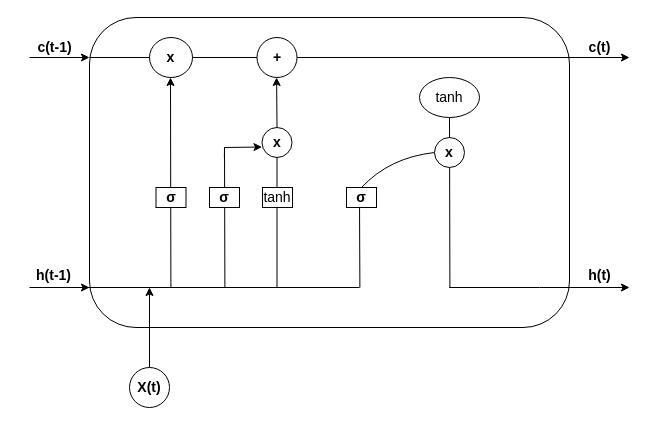
Above: LSTM.drawio in wangrui99/algs4 (draw.io), before the change. Source tidied: cells renumbered, new cells numbered last; positions are measured from the earlier drawing's top-left corner, leaving out a move shared by most shapes. Both pictures are drawn from the tidied source at 100%, with x=0, y=0 at pixel (23, 17).
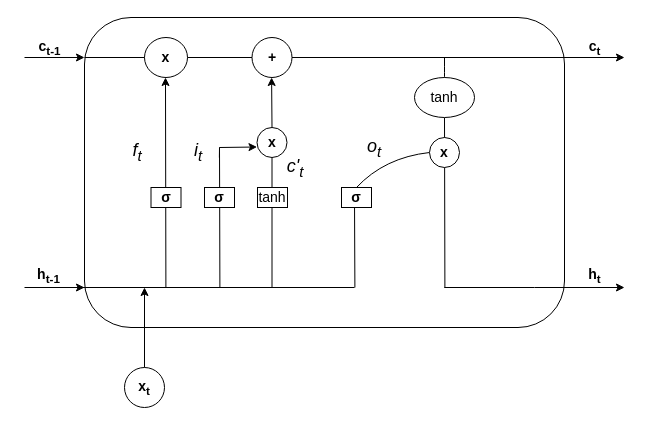
The same diagram, later.

Unchanged cells that the change refers to:
```xml
<mxCell id="11" value="&lt;font style=&quot;font-size: 14px;&quot;&gt;tanh&lt;/font&gt;" style="ellipse;whiteSpace=wrap;html=1;" parent="2" vertex="1">
  <mxGeometry x="330" y="60" width="60" height="40" as="geometry" />
</mxCell>
<mxCell id="14" value="&lt;font style=&quot;font-size: 14px;&quot;&gt;&lt;b&gt;x&lt;/b&gt;&lt;/font&gt;" style="ellipse;whiteSpace=wrap;html=1;" parent="2" vertex="1">
  <mxGeometry x="60" y="20" width="43" height="40" as="geometry" />
</mxCell>
<mxCell id="15" value="&lt;font style=&quot;font-size: 14px;&quot;&gt;&lt;b&gt;+&lt;/b&gt;&lt;/font&gt;" style="ellipse;whiteSpace=wrap;html=1;" parent="2" vertex="1">
  <mxGeometry x="167.5" y="20" width="40" height="40" as="geometry" />
</mxCell>
```

The edit, as a diff of the source:
```diff
@@
     <mxCell id="2" style="rounded=1;whiteSpace=wrap;html=1;" parent="1" vertex="1">
-      <mxGeometry x="66" width="480" height="310" as="geometry" />
+      <mxGeometry x="61" width="480" height="310" as="geometry" />
     </mxCell>
@@
+    <mxCell id="34" value="&lt;i&gt;&lt;font style=&quot;font-size: 18px;&quot;&gt;f&lt;sub&gt;t&lt;/sub&gt;&lt;/font&gt;&lt;/i&gt;" style="text;strokeColor=none;align=center;fillColor=none;html=1;verticalAlign=middle;whiteSpace=wrap;rounded=0;fontSize=14;" parent="2" vertex="1">
+      <mxGeometry x="23" y="120" width="60" height="30" as="geometry" />
+    </mxCell>
+    <mxCell id="35" value="&lt;i&gt;&lt;font style=&quot;font-size: 18px;&quot;&gt;i&lt;sub&gt;t&lt;/sub&gt;&lt;/font&gt;&lt;/i&gt;" style="text;strokeColor=none;align=center;fillColor=none;html=1;verticalAlign=middle;whiteSpace=wrap;rounded=0;fontSize=14;" parent="2" vertex="1">
+      <mxGeometry x="84" y="120" width="60" height="30" as="geometry" />
+    </mxCell>
+    <mxCell id="36" value="&lt;i&gt;&lt;font style=&quot;font-size: 18px;&quot;&gt;o&lt;sub&gt;t&lt;/sub&gt;&lt;/font&gt;&lt;/i&gt;" style="text;strokeColor=none;align=center;fillColor=none;html=1;verticalAlign=middle;whiteSpace=wrap;rounded=0;fontSize=14;" parent="2" vertex="1">
+      <mxGeometry x="260" y="116" width="60" height="30" as="geometry" />
+    </mxCell>
+    <mxCell id="37" style="endArrow=none;html=1;fontSize=18;curved=1;exitX=0.5;exitY=0;exitDx=0;exitDy=0;" parent="2" edge="1" source="11">
+      <mxGeometry relative="1" as="geometry">
+        <mxPoint x="360" y="40" as="targetPoint" />
+      </mxGeometry>
+    </mxCell>
+    <mxCell id="38" value="&lt;i&gt;&lt;font style=&quot;font-size: 18px;&quot;&gt;c'&lt;sub&gt;t&lt;/sub&gt;&lt;/font&gt;&lt;/i&gt;" style="text;strokeColor=none;align=center;fillColor=none;html=1;verticalAlign=middle;whiteSpace=wrap;rounded=0;fontSize=14;" parent="2" vertex="1">
+      <mxGeometry x="181" y="136" width="60" height="30" as="geometry" />
+    </mxCell>
     <mxCell id="21" style="endArrow=classic;html=1;rounded=0;entryX=0;entryY=0.129;entryDx=0;entryDy=0;entryPerimeter=0;" parent="1" edge="1" target="2">
       <mxGeometry relative="1" as="geometry">
-        <mxPoint x="6" y="40" as="sourcePoint" />
+        <mxPoint x="1" y="40" as="sourcePoint" />
       </mxGeometry>
     </mxCell>
     <mxCell id="22" style="endArrow=classic;html=1;rounded=0;startArrow=none;" parent="1" edge="1" source="15">
       <mxGeometry relative="1" as="geometry">
-        <mxPoint x="606" y="40" as="targetPoint" />
+        <mxPoint x="601" y="40" as="targetPoint" />
       </mxGeometry>
     </mxCell>
     <mxCell id="23" style="endArrow=none;html=1;rounded=0;" parent="1" edge="1" target="14">
       <mxGeometry relative="1" as="geometry">
-        <mxPoint x="66" y="40" as="sourcePoint" />
+        <mxPoint x="61" y="40" as="sourcePoint" />
       </mxGeometry>
     </mxCell>
     <mxCell id="24" style="endArrow=classic;html=1;rounded=0;entryX=0;entryY=0.129;entryDx=0;entryDy=0;entryPerimeter=0;" parent="1" edge="1">
       <mxGeometry relative="1" as="geometry">
-        <mxPoint x="6" y="270" as="sourcePoint" />
-        <mxPoint x="66" y="270" as="targetPoint" />
+        <mxPoint x="1" y="270" as="sourcePoint" />
+        <mxPoint x="61" y="270" as="targetPoint" />
       </mxGeometry>
     </mxCell>
     <mxCell id="25" style="endArrow=none;html=1;rounded=0;endFill=0;" parent="1" edge="1">
       <mxGeometry relative="1" as="geometry">
-        <mxPoint x="60" y="270" as="sourcePoint" />
-        <mxPoint x="336" y="270" as="targetPoint" />
+        <mxPoint x="55" y="270" as="sourcePoint" />
+        <mxPoint x="331" y="270" as="targetPoint" />
       </mxGeometry>
     </mxCell>
     <mxCell id="26" style="endArrow=classic;html=1;rounded=0;exitX=0.813;exitY=0.871;exitDx=0;exitDy=0;exitPerimeter=0;" parent="1" edge="1" source="2">
       <mxGeometry relative="1" as="geometry">
-        <mxPoint x="606" y="270" as="targetPoint" />
+        <mxPoint x="601" y="270" as="targetPoint" />
         <Array as="points">
-          <mxPoint x="426" y="270" />
-          <mxPoint x="516" y="270" />
-          <mxPoint x="606" y="270" />
+          <mxPoint x="421" y="270" />
+          <mxPoint x="511" y="270" />
+          <mxPoint x="601" y="270" />
         </Array>
       </mxGeometry>
     </mxCell>
     <mxCell id="27" style="endArrow=classic;html=1;rounded=0;startArrow=none;" parent="1" edge="1" source="33">
       <mxGeometry relative="1" as="geometry">
-        <mxPoint x="126" y="270" as="targetPoint" />
+        <mxPoint x="121" y="270" as="targetPoint" />
       </mxGeometry>
     </mxCell>
-    <mxCell id="28" value="&lt;font style=&quot;font-size: 14px;&quot;&gt;&lt;b&gt;c(t-1)&lt;/b&gt;&lt;/font&gt;" style="text;html=1;align=center;verticalAlign=middle;strokeColor=none;fillColor=none;" parent="1" vertex="1">
-      <mxGeometry x="1" y="15" width="60" height="30" as="geometry" />
+    <mxCell id="28" value="&lt;font style=&quot;font-size: 14px;&quot;&gt;&lt;b&gt;c&lt;sub&gt;t-1&lt;/sub&gt;&lt;/b&gt;&lt;/font&gt;" style="text;html=1;align=center;verticalAlign=middle;strokeColor=none;fillColor=none;" parent="1" vertex="1">
+      <mxGeometry x="1" y="15" width="50" height="30" as="geometry" />
     </mxCell>
-    <mxCell id="29" value="&lt;font style=&quot;font-size: 14px;&quot;&gt;&lt;b&gt;c(t)&lt;/b&gt;&lt;/font&gt;" style="text;html=1;align=center;verticalAlign=middle;strokeColor=none;fillColor=none;" parent="1" vertex="1">
-      <mxGeometry x="551" y="15" width="50" height="30" as="geometry" />
+    <mxCell id="29" value="&lt;font style=&quot;font-size: 14px;&quot;&gt;&lt;b&gt;c&lt;sub&gt;t&lt;/sub&gt;&lt;/b&gt;&lt;/font&gt;" style="text;html=1;align=center;verticalAlign=middle;strokeColor=none;fillColor=none;" parent="1" vertex="1">
+      <mxGeometry x="551" y="15" width="40" height="30" as="geometry" />
     </mxCell>
-    <mxCell id="30" value="&lt;font style=&quot;font-size: 14px;&quot;&gt;&lt;b&gt;h(t)&lt;/b&gt;&lt;/font&gt;" style="text;html=1;align=center;verticalAlign=middle;strokeColor=none;fillColor=none;" parent="1" vertex="1">
-      <mxGeometry x="551" y="243" width="50" height="30" as="geometry" />
+    <mxCell id="30" value="&lt;font style=&quot;font-size: 14px;&quot;&gt;&lt;b&gt;h&lt;sub&gt;t&lt;/sub&gt;&lt;/b&gt;&lt;/font&gt;" style="text;html=1;align=center;verticalAlign=middle;strokeColor=none;fillColor=none;" parent="1" vertex="1">
+      <mxGeometry x="551" y="243" width="40" height="30" as="geometry" />
     </mxCell>
-    <mxCell id="31" value="&lt;font style=&quot;font-size: 14px;&quot;&gt;&lt;b&gt;h(t-1)&lt;/b&gt;&lt;/font&gt;" style="text;html=1;align=center;verticalAlign=middle;strokeColor=none;fillColor=none;" parent="1" vertex="1">
-      <mxGeometry y="243" width="60" height="30" as="geometry" />
+    <mxCell id="31" value="&lt;font style=&quot;font-size: 14px;&quot;&gt;&lt;b&gt;h&lt;sub&gt;t-1&lt;/sub&gt;&lt;/b&gt;&lt;/font&gt;" style="text;html=1;align=center;verticalAlign=middle;strokeColor=none;fillColor=none;" parent="1" vertex="1">
+      <mxGeometry y="243" width="50" height="30" as="geometry" />
     </mxCell>
     <mxCell id="32" style="endArrow=none;html=1;rounded=0;" parent="1" edge="1" target="33">
       <mxGeometry relative="1" as="geometry">
-        <mxPoint x="126" y="360" as="sourcePoint" />
+        <mxPoint x="121" y="360" as="sourcePoint" />
       </mxGeometry>
     </mxCell>
-    <mxCell id="33" value="&lt;font style=&quot;font-size: 14px;&quot;&gt;&lt;b&gt;X(t)&lt;/b&gt;&lt;/font&gt;" style="ellipse;whiteSpace=wrap;html=1;" parent="1" vertex="1">
-      <mxGeometry x="106" y="350" width="40" height="40" as="geometry" />
+    <mxCell id="33" value="&lt;font style=&quot;font-size: 14px;&quot;&gt;&lt;b&gt;x&lt;sub&gt;t&lt;/sub&gt;&lt;/b&gt;&lt;/font&gt;" style="ellipse;whiteSpace=wrap;html=1;" parent="1" vertex="1">
+      <mxGeometry x="101" y="350" width="40" height="40" as="geometry" />
     </mxCell>
```
